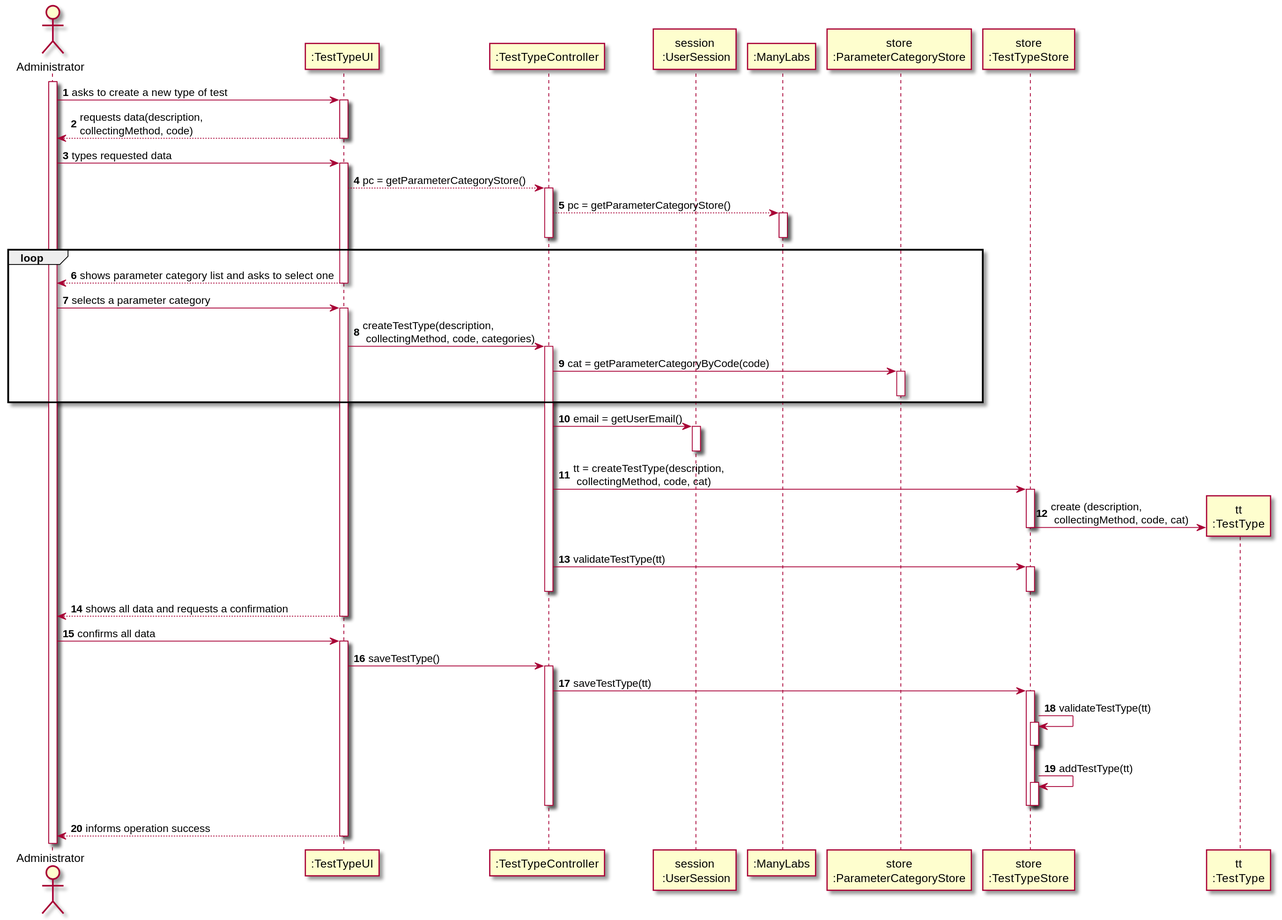
Pedromaia26/LAPR2-ISEP keeps this PlantUML diagram as docs/SprintB/US9_CreateTestType/US009_SD.svg. Above is the earlier version. Source of this version:
```plantuml
@startuml
actor Administrator as Adm
participant ":TestTypeUI" as UI
participant ":TestTypeController" as TTC
participant "session\n :UserSession" as US
participant ":ManyLabs" as ML
participant "store\n:ParameterCategoryStore" as PCS
participant "store\n:TestTypeStore" as TTS
participant "tt\n:TestType" as TT


autonumber


activate Adm
Adm -> UI: asks to create a new type of test
activate UI
UI --> Adm: requests data(description, \ncollectingMethod, code)
deactivate UI


Adm -> UI: types requested data
activate UI
UI-->TTC: pc = getParameterCategoryStore()
activate TTC
TTC-->ML: pc = getParameterCategoryStore()
activate ML
deactivate ML
deactivate TTC
loop
UI --> Adm: shows parameter category list and asks to select one
deactivate UI


Adm -> UI: selects a parameter category
activate UI
UI -> TTC: createTestType(description, \n collectingMethod, code, categories)
activate TTC
TTC -> PCS: cat = getParameterCategoryByCode(code)
activate PCS
deactivate PCS
end
TTC -> US: email = getUserEmail()
activate US
deactivate US
TTC -> TTS: tt = createTestType(description, \n collectingMethod, code, cat)
activate TTS
TTS -> TT**: create (description, \n collectingMethod, code, cat)
deactivate TTS
TTC -> TTS: validateTestType(tt)
activate TTS
deactivate TTS
deactivate TTC
UI --> Adm: shows all data and requests a confirmation
deactivate ML
deactivate UI


Adm -> UI: confirms all data
activate UI
UI -> TTC: saveTestType()
activate TTC
TTC -> TTS: saveTestType(tt)
activate TTS
TTS -> TTS: validateTestType(tt)
activate TTS
deactivate TTS
TTS -> TTS: addTestType(tt)
activate TTS
deactivate TTS
deactivate TTC
deactivate TTS
UI --> Adm: informs operation success
deactivate UI


@enduml
```
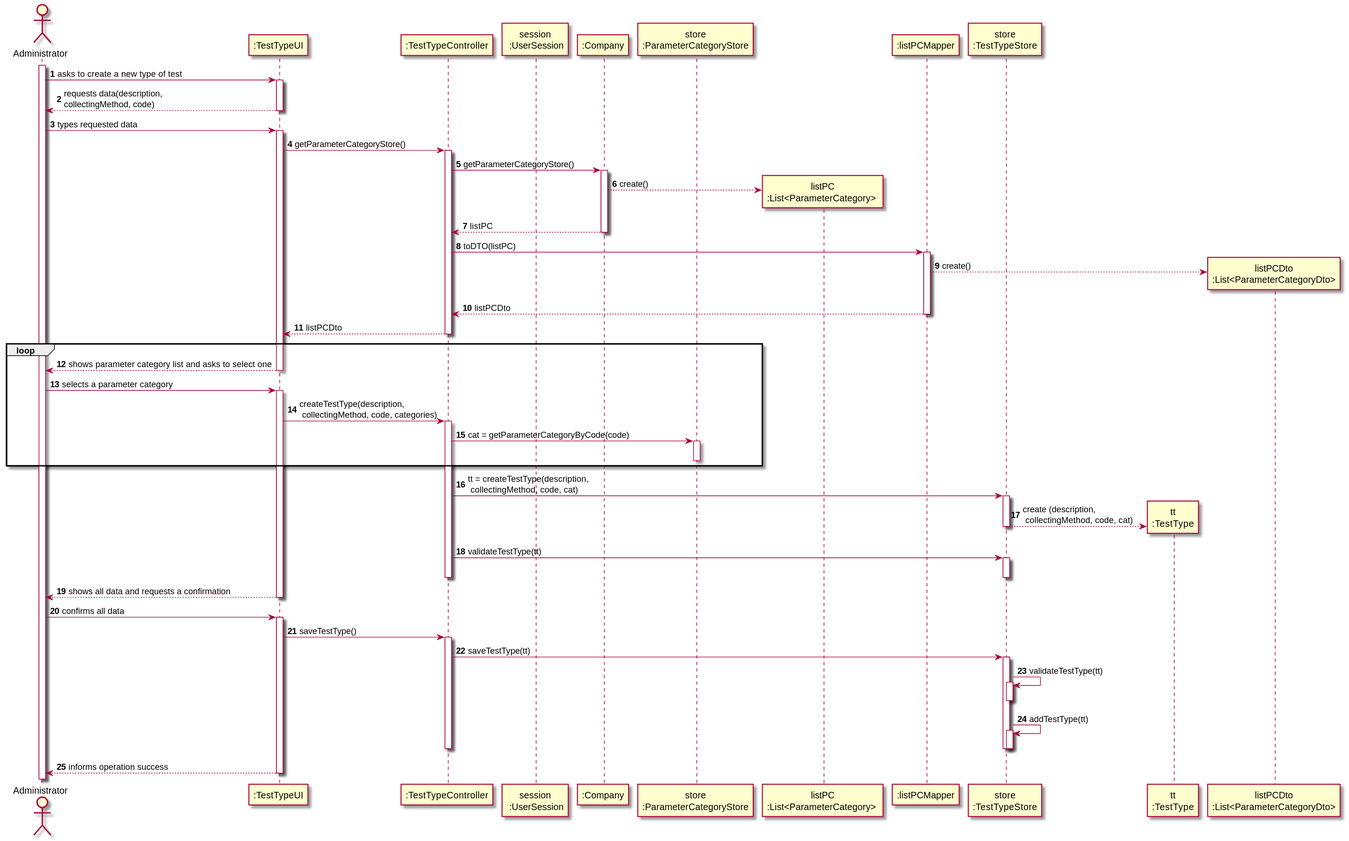
After the commit.

Diff of the diagram source:
```diff
@@ -3,12 +3,13 @@
 participant ":TestTypeUI" as UI
 participant ":TestTypeController" as TTC
 participant "session\n :UserSession" as US
-participant ":ManyLabs" as ML
+participant ":Company" as ML
 participant "store\n:ParameterCategoryStore" as PCS
+participant "listPC\n:List<ParameterCategory> " as LPC
+participant ":listPCMapper" as MAP
 participant "store\n:TestTypeStore" as TTS
 participant "tt\n:TestType" as TT
-
-
+participant "listPCDto\n:List<ParameterCategoryDto>" as DTO
 autonumber
 
 
@@ -21,11 +22,20 @@
 
 Adm -> UI: types requested data
 activate UI
-UI-->TTC: pc = getParameterCategoryStore()
+UI->TTC: getParameterCategoryStore()
 activate TTC
-TTC-->ML: pc = getParameterCategoryStore()
+TTC->ML: getParameterCategoryStore()
 activate ML
+ML --> LPC**: create()
+ML --> TTC: listPC
 deactivate ML
+TTC -> MAP: toDTO(listPC)
+activate MAP
+MAP --> DTO**: create()
+
+MAP --> TTC: listPCDto
+deactivate MAP
+TTC --> UI: listPCDto
 deactivate TTC
 loop
 UI --> Adm: shows parameter category list and asks to select one
@@ -36,16 +46,13 @@
 activate UI
 UI -> TTC: createTestType(description, \n collectingMethod, code, categories)
 activate TTC
-TTC -> PCS: cat = getParameterCategoryByCode(code)
+        TTC -> PCS: cat = getParameterCategoryByCode(code)
 activate PCS
 deactivate PCS
 end
-TTC -> US: email = getUserEmail()
-activate US
-deactivate US
 TTC -> TTS: tt = createTestType(description, \n collectingMethod, code, cat)
 activate TTS
-TTS -> TT**: create (description, \n collectingMethod, code, cat)
+TTS --> TT**: create (description, \n collectingMethod, code, cat)
 deactivate TTS
 TTC -> TTS: validateTestType(tt)
 activate TTS
```
